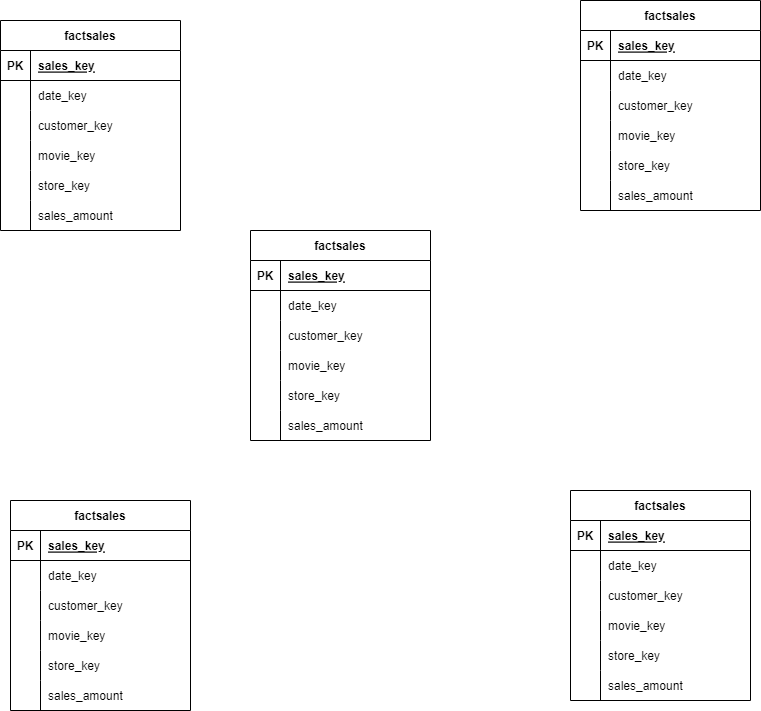
MarianSulik/DE_diagrams keeps this draw.io diagram as Untitled Diagram.drawio.png. Above is the earlier version. Source tidied: cells renumbered, new cells last; positions are measured from the earlier drawing's top-left corner, leaving out a move shared by most shapes.
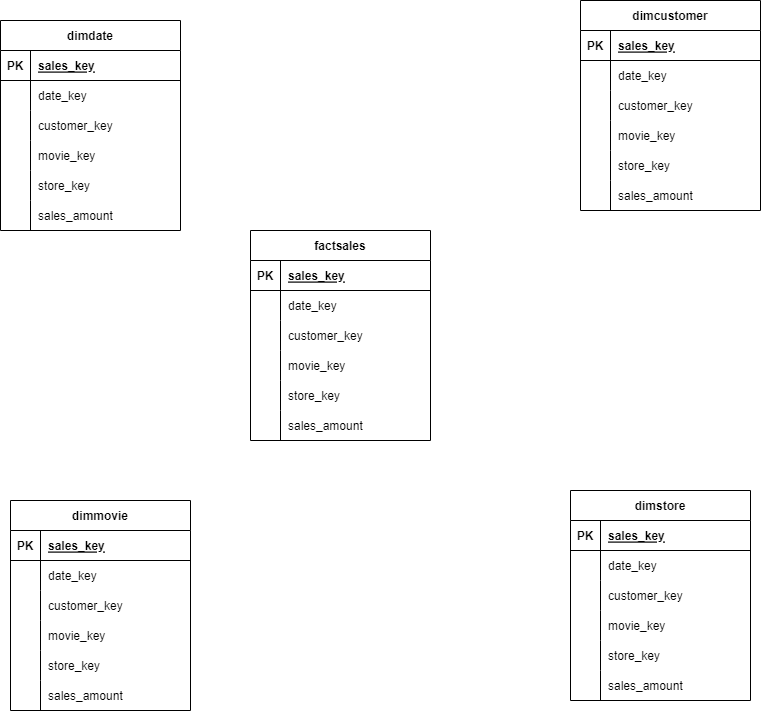
The same file after the commit.

The edit, as a diff of the source:
```diff
@@ -59,7 +59,7 @@
     <mxCell id="20" value="sales_amount" style="shape=partialRectangle;fillColor=none;top=0;left=0;bottom=0;right=0;align=left;spacingLeft=6;overflow=hidden;" parent="18" vertex="1">
       <mxGeometry x="30" width="150" height="30" as="geometry" />
     </mxCell>
-    <mxCell id="21" value="factsales" style="shape=table;startSize=30;rowLines=0;fontStyle=1;align=center;" parent="1" vertex="1">
+    <mxCell id="21" value="dimdate" style="shape=table;startSize=30;rowLines=0;fontStyle=1;align=center;" parent="1" vertex="1">
       <mxGeometry y="20" width="180" height="210" as="geometry" />
     </mxCell>
     <mxCell id="22" style="shape=tableRow;horizontal=0;startSize=0;swimlaneHead=0;swimlaneBody=0;fillColor=none;top=0;left=0;right=0;bottom=1;" parent="21" vertex="1">
@@ -116,7 +116,7 @@
     <mxCell id="39" value="sales_amount" style="shape=partialRectangle;fillColor=none;top=0;left=0;bottom=0;right=0;align=left;spacingLeft=6;overflow=hidden;" parent="37" vertex="1">
       <mxGeometry x="30" width="150" height="30" as="geometry" />
     </mxCell>
-    <mxCell id="40" value="factsales" style="shape=table;startSize=30;rowLines=0;fontStyle=1;align=center;" parent="1" vertex="1">
+    <mxCell id="40" value="dimmovie" style="shape=table;startSize=30;rowLines=0;fontStyle=1;align=center;" parent="1" vertex="1">
       <mxGeometry x="10" y="500" width="180" height="210" as="geometry" />
     </mxCell>
     <mxCell id="41" style="shape=tableRow;horizontal=0;startSize=0;swimlaneHead=0;swimlaneBody=0;fillColor=none;top=0;left=0;right=0;bottom=1;" parent="40" vertex="1">
@@ -173,7 +173,7 @@
     <mxCell id="58" value="sales_amount" style="shape=partialRectangle;fillColor=none;top=0;left=0;bottom=0;right=0;align=left;spacingLeft=6;overflow=hidden;" parent="56" vertex="1">
       <mxGeometry x="30" width="150" height="30" as="geometry" />
     </mxCell>
-    <mxCell id="59" value="factsales" style="shape=table;startSize=30;rowLines=0;fontStyle=1;align=center;" parent="1" vertex="1">
+    <mxCell id="59" value="dimcustomer" style="shape=table;startSize=30;rowLines=0;fontStyle=1;align=center;" parent="1" vertex="1">
       <mxGeometry x="580" width="180" height="210" as="geometry" />
     </mxCell>
     <mxCell id="60" style="shape=tableRow;horizontal=0;startSize=0;swimlaneHead=0;swimlaneBody=0;fillColor=none;top=0;left=0;right=0;bottom=1;" parent="59" vertex="1">
@@ -230,7 +230,7 @@
     <mxCell id="77" value="sales_amount" style="shape=partialRectangle;fillColor=none;top=0;left=0;bottom=0;right=0;align=left;spacingLeft=6;overflow=hidden;" parent="75" vertex="1">
       <mxGeometry x="30" width="150" height="30" as="geometry" />
     </mxCell>
-    <mxCell id="78" value="factsales" style="shape=table;startSize=30;rowLines=0;fontStyle=1;align=center;" parent="1" vertex="1">
+    <mxCell id="78" value="dimstore" style="shape=table;startSize=30;rowLines=0;fontStyle=1;align=center;" parent="1" vertex="1">
       <mxGeometry x="570" y="490" width="180" height="210" as="geometry" />
     </mxCell>
     <mxCell id="79" style="shape=tableRow;horizontal=0;startSize=0;swimlaneHead=0;swimlaneBody=0;fillColor=none;top=0;left=0;right=0;bottom=1;" parent="78" vertex="1">
```
